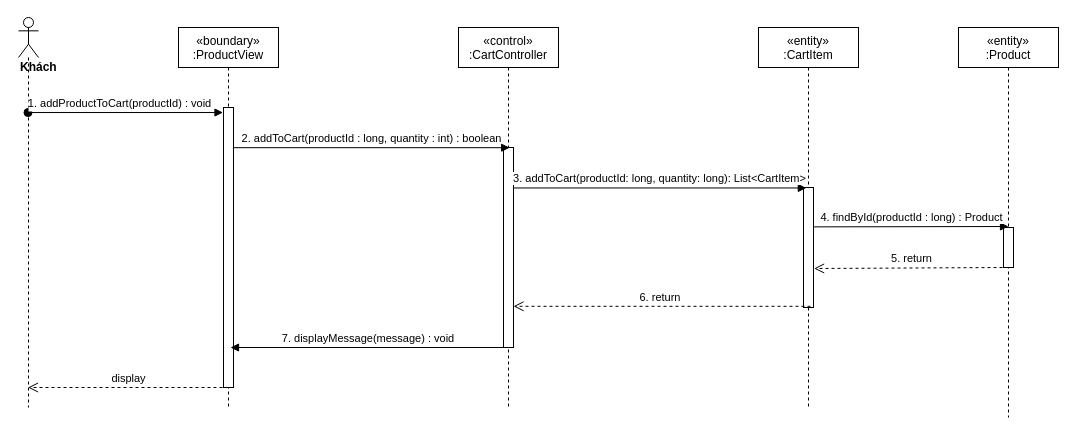
This is sequence diagram/add-product-toCart-sequence.drawio from nguyenphamvan/datn_20202, a draw.io file, before an edit. Source tidied: cells renumbered, new cells numbered last; positions are measured from the earlier drawing's top-left corner, leaving out a move shared by most shapes. Both pictures are drawn from the tidied source at 100%, with x=0, y=0 at pixel (18, 17).
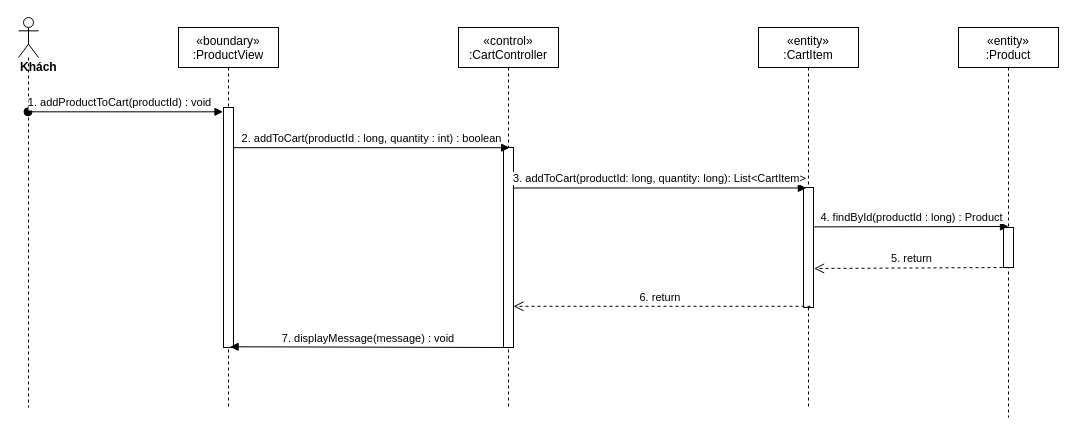
The same page after the edit.

Change to the diagram source:
```diff
@@
 <mxGraphModel>
   <root>
     <mxCell id="0" />
     <mxCell id="1" parent="0" />
     <mxCell id="2" value="«boundary»&#10;:ProductView" style="shape=umlLifeline;perimeter=lifelinePerimeter;rounded=0;shadow=0;strokeWidth=1;" parent="1" vertex="1">
       <mxGeometry x="160" y="10" width="100" height="380" as="geometry" />
     </mxCell>
     <mxCell id="3" style="points=[];perimeter=orthogonalPerimeter;rounded=0;shadow=0;strokeWidth=1;" parent="2" vertex="1">
-      <mxGeometry x="45" y="80" width="10" height="280" as="geometry" />
+      <mxGeometry x="45" y="80" width="10" height="240" as="geometry" />
     </mxCell>
     <mxCell id="4" value="«control»&#10;:CartController" style="shape=umlLifeline;perimeter=lifelinePerimeter;rounded=0;shadow=0;strokeWidth=1;" parent="1" vertex="1">
       <mxGeometry x="440" y="10" width="100" height="380" as="geometry" />
     </mxCell>
     <mxCell id="5" style="points=[];perimeter=orthogonalPerimeter;rounded=0;shadow=0;strokeWidth=1;" parent="4" vertex="1">
       <mxGeometry x="45" y="120" width="10" height="200" as="geometry" />
     </mxCell>
     <mxCell id="6" value="&lt;div&gt;&lt;b&gt;Khách&lt;/b&gt;&lt;/div&gt;" style="shape=umlLifeline;participant=umlActor;perimeter=lifelinePerimeter;whiteSpace=wrap;html=1;verticalAlign=top;spacingTop=36;outlineConnect=0;align=left;" parent="1" vertex="1">
       <mxGeometry width="20" height="390" as="geometry" />
     </mxCell>
     <mxCell id="7" value="1. addProductToCart(productId) : void" style="verticalAlign=bottom;startArrow=oval;endArrow=block;startSize=8;shadow=0;strokeWidth=1;entryX=-0.05;entryY=0.018;entryDx=0;entryDy=0;entryPerimeter=0;" parent="1" edge="1" source="6" target="3">
       <mxGeometry x="-0.06" relative="1" as="geometry" />
     </mxCell>
     <mxCell id="8" value="«entity»&#10;:CartItem" style="shape=umlLifeline;perimeter=lifelinePerimeter;rounded=0;shadow=0;strokeWidth=1;" parent="1" vertex="1">
       <mxGeometry x="740" y="10" width="100" height="380" as="geometry" />
     </mxCell>
     <mxCell id="9" style="points=[];perimeter=orthogonalPerimeter;rounded=0;shadow=0;strokeWidth=1;" parent="8" vertex="1">
       <mxGeometry x="45" y="160" width="10" height="120" as="geometry" />
     </mxCell>
     <mxCell id="10" value="2. addToCart(productId : long, quantity : int) : boolean" style="html=1;verticalAlign=bottom;endArrow=block;entryX=0.617;entryY=0.001;entryDx=0;entryDy=0;entryPerimeter=0;" parent="1" edge="1" source="3" target="5">
       <mxGeometry relative="1" as="geometry" />
     </mxCell>
     <mxCell id="11" value="3. addToCart(productId: long, quantity: long): List&amp;lt;CartItem&amp;gt;" style="html=1;verticalAlign=bottom;endArrow=block;entryX=0.283;entryY=0.004;entryDx=0;entryDy=0;entryPerimeter=0;" parent="1" edge="1" source="5" target="9">
       <mxGeometry relative="1" as="geometry" />
     </mxCell>
     <mxCell id="12" value="6. return&amp;nbsp;" style="html=1;verticalAlign=bottom;endArrow=open;dashed=1;endSize=8;exitX=0.7;exitY=0.99;exitDx=0;exitDy=0;exitPerimeter=0;" parent="1" edge="1" source="9" target="5">
       <mxGeometry relative="1" as="geometry" />
     </mxCell>
-    <mxCell id="13" value="7. displayMessage(message) : void" style="verticalAlign=bottom;endArrow=block;shadow=0;strokeWidth=1;exitX=0.3;exitY=1;exitDx=0;exitDy=0;exitPerimeter=0;" parent="1" edge="1" source="5">
-      <mxGeometry relative="1" as="geometry">
-        <mxPoint x="212" y="330" as="targetPoint" />
-      </mxGeometry>
+    <mxCell id="13" value="7. displayMessage(message) : void" style="verticalAlign=bottom;endArrow=block;shadow=0;strokeWidth=1;exitX=0.3;exitY=1;exitDx=0;exitDy=0;exitPerimeter=0;entryX=0.66;entryY=0.997;entryDx=0;entryDy=0;entryPerimeter=0;" parent="1" edge="1" source="5" target="3">
+      <mxGeometry relative="1" as="geometry" />
     </mxCell>
     <mxCell id="14" value="«entity»&#10;:Product" style="shape=umlLifeline;perimeter=lifelinePerimeter;rounded=0;shadow=0;strokeWidth=1;" parent="1" vertex="1">
       <mxGeometry x="940" y="10" width="100" height="390" as="geometry" />
     </mxCell>
     <mxCell id="15" style="points=[];perimeter=orthogonalPerimeter;rounded=0;shadow=0;strokeWidth=1;" parent="14" vertex="1">
       <mxGeometry x="45" y="200" width="10" height="40" as="geometry" />
     </mxCell>
     <mxCell id="16" value="4. findById(productId : long) : Product" style="html=1;verticalAlign=bottom;endArrow=block;entryX=0.5;entryY=-0.025;entryDx=0;entryDy=0;entryPerimeter=0;exitX=1.06;exitY=0.328;exitDx=0;exitDy=0;exitPerimeter=0;" parent="1" edge="1" source="9" target="15">
       <mxGeometry relative="1" as="geometry" />
     </mxCell>
     <mxCell id="17" value="5. return" style="html=1;verticalAlign=bottom;endArrow=open;dashed=1;endSize=8;exitX=0.5;exitY=1;exitDx=0;exitDy=0;exitPerimeter=0;entryX=1.06;entryY=0.675;entryDx=0;entryDy=0;entryPerimeter=0;" parent="1" edge="1" source="15" target="9">
       <mxGeometry relative="1" as="geometry" />
     </mxCell>
-    <mxCell id="18" value="display" style="html=1;verticalAlign=bottom;endArrow=open;dashed=1;endSize=8;exitX=0.5;exitY=1;exitDx=0;exitDy=0;exitPerimeter=0;" parent="1" edge="1" source="3" target="6">
-      <mxGeometry relative="1" as="geometry" />
-    </mxCell>
   </root>
 </mxGraphModel>
```
